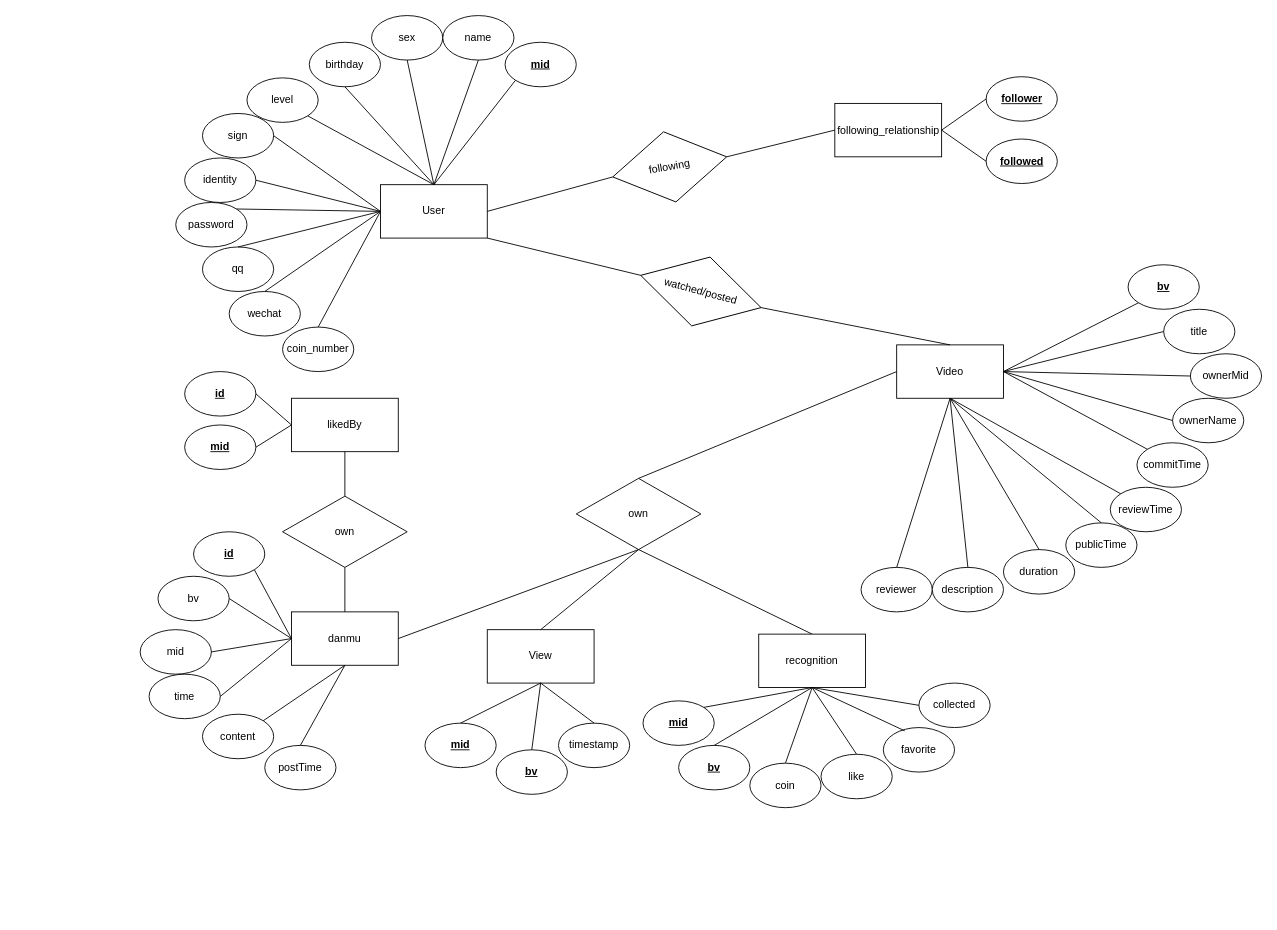
The draw.io diagram 未命名绘图.drawio in Delta0019/Database_project2, before the edit. Source tidied: cells renumbered, new cells numbered last; positions are measured from the earlier drawing's top-left corner, leaving out a move shared by most shapes. Both pictures are drawn from the tidied source at 89%, with x=0, y=0 at pixel (140, 15).
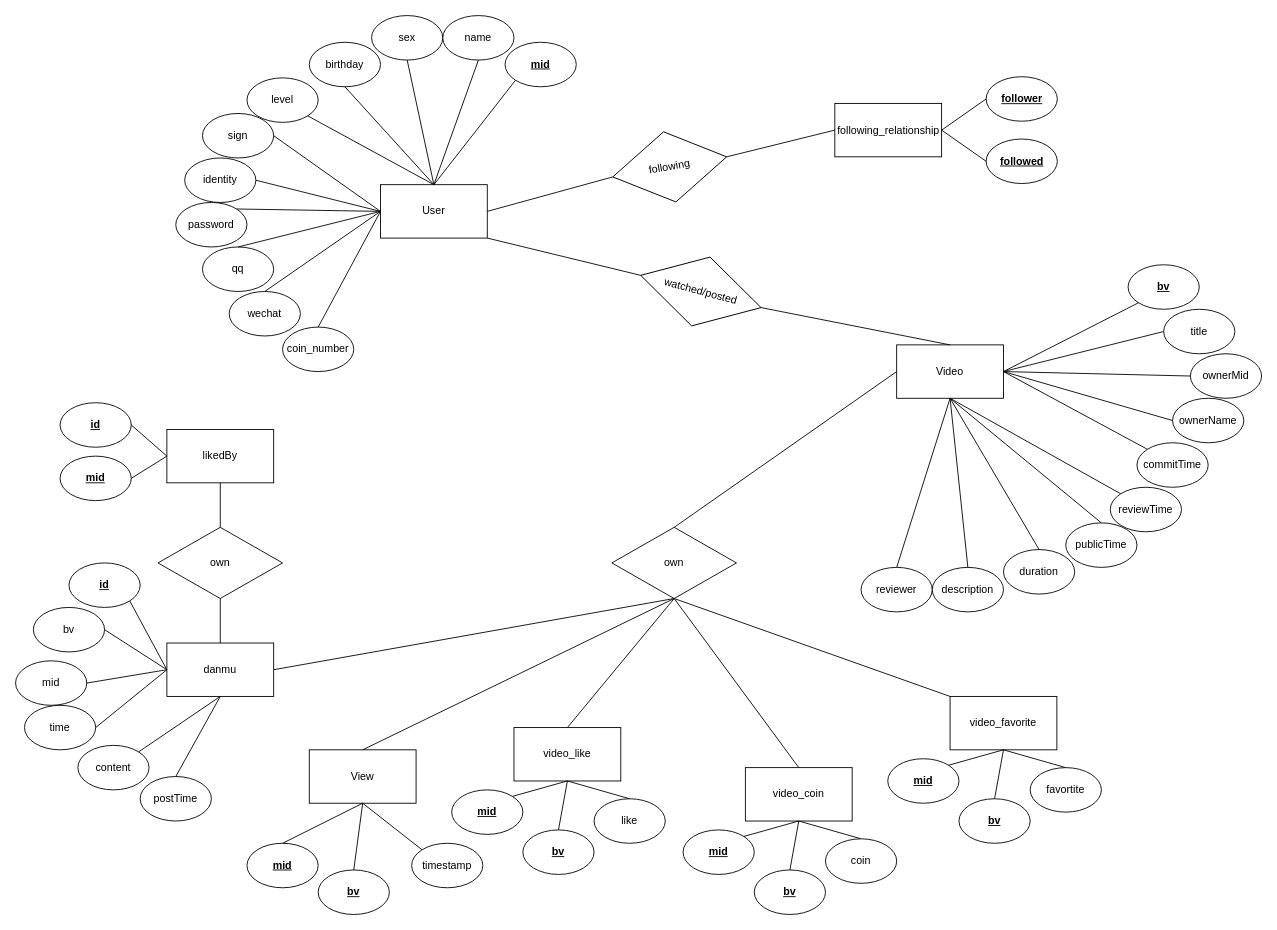
Above is the later version.

Commit message:
更新未命名绘图.drawio

What changed in the source:
```diff
@@
     <mxCell id="48" value="own" style="rhombus;whiteSpace=wrap;html=1;" parent="1" vertex="1">
-      <mxGeometry x="490" y="520" width="140" height="80" as="geometry" />
+      <mxGeometry x="530" y="575" width="140" height="80" as="geometry" />
     </mxCell>
@@
     <mxCell id="51" value="View" style="rounded=0;whiteSpace=wrap;html=1;" parent="1" vertex="1">
-      <mxGeometry x="390" y="690" width="120" height="60" as="geometry" />
+      <mxGeometry x="190" y="825" width="120" height="60" as="geometry" />
     </mxCell>
     <mxCell id="52" value="&lt;u&gt;&lt;b&gt;bv&lt;/b&gt;&lt;/u&gt;" style="ellipse;whiteSpace=wrap;html=1;" parent="1" vertex="1">
-      <mxGeometry x="400" y="825" width="80" height="50" as="geometry" />
+      <mxGeometry x="200" y="960" width="80" height="50" as="geometry" />
     </mxCell>
     <mxCell id="53" value="&lt;u&gt;&lt;b&gt;mid&lt;/b&gt;&lt;/u&gt;" style="ellipse;whiteSpace=wrap;html=1;" parent="1" vertex="1">
-      <mxGeometry x="320" y="795" width="80" height="50" as="geometry" />
+      <mxGeometry x="120" y="930" width="80" height="50" as="geometry" />
     </mxCell>
@@
     <mxCell id="57" value="timestamp" style="ellipse;whiteSpace=wrap;html=1;" parent="1" vertex="1">
-      <mxGeometry x="470" y="795" width="80" height="50" as="geometry" />
+      <mxGeometry x="305" y="930" width="80" height="50" as="geometry" />
     </mxCell>
-    <mxCell id="58" style="endArrow=none;html=1;rounded=0;entryX=0.5;entryY=0;entryDx=0;entryDy=0;exitX=0.5;exitY=1;exitDx=0;exitDy=0;" parent="1" edge="1" source="51" target="57">
+    <mxCell id="58" style="endArrow=none;html=1;rounded=0;entryX=0;entryY=0;entryDx=0;entryDy=0;exitX=0.5;exitY=1;exitDx=0;exitDy=0;" parent="1" edge="1" source="51" target="57">
       <mxGeometry relative="1" as="geometry" />
     </mxCell>
@@
     <mxCell id="67" value="danmu" style="rounded=0;whiteSpace=wrap;html=1;" parent="1" vertex="1">
-      <mxGeometry x="170" y="670" width="120" height="60" as="geometry" />
+      <mxGeometry x="30" y="705" width="120" height="60" as="geometry" />
     </mxCell>
     <mxCell id="68" value="mid" style="ellipse;whiteSpace=wrap;html=1;" parent="1" vertex="1">
-      <mxGeometry y="690" width="80" height="50" as="geometry" />
+      <mxGeometry x="-140" y="725" width="80" height="50" as="geometry" />
     </mxCell>
     <mxCell id="69" value="content" style="ellipse;whiteSpace=wrap;html=1;" parent="1" vertex="1">
-      <mxGeometry x="70" y="785" width="80" height="50" as="geometry" />
+      <mxGeometry x="-70" y="820" width="80" height="50" as="geometry" />
     </mxCell>
     <mxCell id="70" value="postTime" style="ellipse;whiteSpace=wrap;html=1;" parent="1" vertex="1">
-      <mxGeometry x="140" y="820" width="80" height="50" as="geometry" />
+      <mxGeometry y="855" width="80" height="50" as="geometry" />
     </mxCell>
     <mxCell id="71" value="bv" style="ellipse;whiteSpace=wrap;html=1;" parent="1" vertex="1">
-      <mxGeometry x="20" y="630" width="80" height="50" as="geometry" />
+      <mxGeometry x="-120" y="665" width="80" height="50" as="geometry" />
     </mxCell>
     <mxCell id="72" value="&lt;b&gt;&lt;u&gt;id&lt;/u&gt;&lt;/b&gt;" style="ellipse;whiteSpace=wrap;html=1;" parent="1" vertex="1">
-      <mxGeometry x="60" y="580" width="80" height="50" as="geometry" />
+      <mxGeometry x="-80" y="615" width="80" height="50" as="geometry" />
     </mxCell>
     <mxCell id="73" value="time" style="ellipse;whiteSpace=wrap;html=1;" parent="1" vertex="1">
-      <mxGeometry x="10" y="740" width="80" height="50" as="geometry" />
+      <mxGeometry x="-130" y="775" width="80" height="50" as="geometry" />
     </mxCell>
@@
     <mxCell id="81" value="likedBy" style="rounded=0;whiteSpace=wrap;html=1;" parent="1" vertex="1">
-      <mxGeometry x="170" y="430" width="120" height="60" as="geometry" />
+      <mxGeometry x="30" y="465" width="120" height="60" as="geometry" />
     </mxCell>
     <mxCell id="82" value="own" style="rhombus;whiteSpace=wrap;html=1;" parent="1" vertex="1">
-      <mxGeometry x="160" y="540" width="140" height="80" as="geometry" />
+      <mxGeometry x="20" y="575" width="140" height="80" as="geometry" />
     </mxCell>
@@
     <mxCell id="85" value="&lt;b&gt;&lt;u&gt;id&lt;/u&gt;&lt;/b&gt;" style="ellipse;whiteSpace=wrap;html=1;" parent="1" vertex="1">
-      <mxGeometry x="50" y="400" width="80" height="50" as="geometry" />
+      <mxGeometry x="-90" y="435" width="80" height="50" as="geometry" />
     </mxCell>
     <mxCell id="86" value="&lt;u&gt;&lt;b&gt;mid&lt;/b&gt;&lt;/u&gt;" style="ellipse;whiteSpace=wrap;html=1;" parent="1" vertex="1">
-      <mxGeometry x="50" y="460" width="80" height="50" as="geometry" />
+      <mxGeometry x="-90" y="495" width="80" height="50" as="geometry" />
     </mxCell>
@@
-    <mxCell id="90" value="recognition&lt;br&gt;" style="rounded=0;whiteSpace=wrap;html=1;" parent="1" vertex="1">
-      <mxGeometry x="695" y="695" width="120" height="60" as="geometry" />
+    <mxCell id="90" value="video_like" style="rounded=0;whiteSpace=wrap;html=1;" parent="1" vertex="1">
+      <mxGeometry x="420" y="800" width="120" height="60" as="geometry" />
     </mxCell>
     <mxCell id="91" value="&lt;u&gt;&lt;b&gt;bv&lt;/b&gt;&lt;/u&gt;" style="ellipse;whiteSpace=wrap;html=1;" parent="1" vertex="1">
-      <mxGeometry x="605" y="820" width="80" height="50" as="geometry" />
+      <mxGeometry x="430" y="915" width="80" height="50" as="geometry" />
     </mxCell>
     <mxCell id="92" value="&lt;u&gt;&lt;b&gt;mid&lt;/b&gt;&lt;/u&gt;" style="ellipse;whiteSpace=wrap;html=1;" parent="1" vertex="1">
-      <mxGeometry x="565" y="770" width="80" height="50" as="geometry" />
+      <mxGeometry x="350" y="870" width="80" height="50" as="geometry" />
     </mxCell>
@@
-    <mxCell id="96" value="coin" style="ellipse;whiteSpace=wrap;html=1;" parent="1" vertex="1">
-      <mxGeometry x="685" y="840" width="80" height="50" as="geometry" />
+    <mxCell id="96" value="like" style="ellipse;whiteSpace=wrap;html=1;" parent="1" vertex="1">
+      <mxGeometry x="510" y="880" width="80" height="50" as="geometry" />
     </mxCell>
-    <mxCell id="97" value="like" style="ellipse;whiteSpace=wrap;html=1;" parent="1" vertex="1">
-      <mxGeometry x="765" y="830" width="80" height="50" as="geometry" />
-    </mxCell>
-    <mxCell id="98" value="favorite" style="ellipse;whiteSpace=wrap;html=1;" parent="1" vertex="1">
-      <mxGeometry x="835" y="800" width="80" height="50" as="geometry" />
-    </mxCell>
-    <mxCell id="99" value="collected&lt;br&gt;" style="ellipse;whiteSpace=wrap;html=1;" parent="1" vertex="1">
-      <mxGeometry x="875" y="750" width="80" height="50" as="geometry" />
-    </mxCell>
-    <mxCell id="100" style="endArrow=none;html=1;rounded=0;exitX=0.5;exitY=1;exitDx=0;exitDy=0;entryX=0.5;entryY=0;entryDx=0;entryDy=0;" parent="1" edge="1" source="90" target="97">
-      <mxGeometry relative="1" as="geometry" />
-    </mxCell>
-    <mxCell id="101" style="endArrow=none;html=1;rounded=0;entryX=0.3;entryY=0.073;entryDx=0;entryDy=0;exitX=0.5;exitY=1;exitDx=0;exitDy=0;entryPerimeter=0;" parent="1" edge="1" source="90" target="98">
-      <mxGeometry relative="1" as="geometry" />
-    </mxCell>
-    <mxCell id="102" style="endArrow=none;html=1;rounded=0;entryX=0;entryY=0.5;entryDx=0;entryDy=0;exitX=0.5;exitY=1;exitDx=0;exitDy=0;" parent="1" edge="1" source="90" target="99">
-      <mxGeometry relative="1" as="geometry" />
-    </mxCell>
+    <mxCell id="103" value="video_coin" style="rounded=0;whiteSpace=wrap;html=1;" parent="1" vertex="1">
+      <mxGeometry x="680" y="845" width="120" height="60" as="geometry" />
+    </mxCell>
+    <mxCell id="104" value="&lt;u&gt;&lt;b&gt;bv&lt;/b&gt;&lt;/u&gt;" style="ellipse;whiteSpace=wrap;html=1;" parent="1" vertex="1">
+      <mxGeometry x="690" y="960" width="80" height="50" as="geometry" />
+    </mxCell>
+    <mxCell id="105" value="&lt;u&gt;&lt;b&gt;mid&lt;/b&gt;&lt;/u&gt;" style="ellipse;whiteSpace=wrap;html=1;" parent="1" vertex="1">
+      <mxGeometry x="610" y="915" width="80" height="50" as="geometry" />
+    </mxCell>
+    <mxCell id="106" style="endArrow=none;html=1;rounded=0;entryX=0.5;entryY=1;entryDx=0;entryDy=0;exitX=1;exitY=0;exitDx=0;exitDy=0;" parent="1" edge="1" source="105" target="103">
+      <mxGeometry relative="1" as="geometry" />
+    </mxCell>
+    <mxCell id="107" style="endArrow=none;html=1;rounded=0;entryX=0.5;entryY=0;entryDx=0;entryDy=0;exitX=0.5;exitY=1;exitDx=0;exitDy=0;" parent="1" edge="1" source="103" target="104">
+      <mxGeometry relative="1" as="geometry" />
+    </mxCell>
+    <mxCell id="108" style="endArrow=none;html=1;rounded=0;entryX=0.5;entryY=0;entryDx=0;entryDy=0;exitX=0.5;exitY=1;exitDx=0;exitDy=0;" parent="1" edge="1" source="103" target="109">
+      <mxGeometry relative="1" as="geometry" />
+    </mxCell>
+    <mxCell id="109" value="coin" style="ellipse;whiteSpace=wrap;html=1;" parent="1" vertex="1">
+      <mxGeometry x="770" y="925" width="80" height="50" as="geometry" />
+    </mxCell>
+    <mxCell id="110" style="endArrow=none;html=1;rounded=0;entryX=0.5;entryY=1;entryDx=0;entryDy=0;exitX=0.5;exitY=0;exitDx=0;exitDy=0;" parent="1" edge="1" source="103" target="48">
+      <mxGeometry relative="1" as="geometry" />
+    </mxCell>
+    <mxCell id="111" value="video_favorite" style="rounded=0;whiteSpace=wrap;html=1;" parent="1" vertex="1">
+      <mxGeometry x="910" y="765" width="120" height="60" as="geometry" />
+    </mxCell>
+    <mxCell id="112" value="&lt;u&gt;&lt;b&gt;bv&lt;/b&gt;&lt;/u&gt;" style="ellipse;whiteSpace=wrap;html=1;" parent="1" vertex="1">
+      <mxGeometry x="920" y="880" width="80" height="50" as="geometry" />
+    </mxCell>
+    <mxCell id="113" value="&lt;u&gt;&lt;b&gt;mid&lt;/b&gt;&lt;/u&gt;" style="ellipse;whiteSpace=wrap;html=1;" parent="1" vertex="1">
+      <mxGeometry x="840" y="835" width="80" height="50" as="geometry" />
+    </mxCell>
+    <mxCell id="114" style="endArrow=none;html=1;rounded=0;entryX=0.5;entryY=1;entryDx=0;entryDy=0;exitX=1;exitY=0;exitDx=0;exitDy=0;" parent="1" edge="1" source="113" target="111">
+      <mxGeometry relative="1" as="geometry" />
+    </mxCell>
+    <mxCell id="115" style="endArrow=none;html=1;rounded=0;entryX=0.5;entryY=0;entryDx=0;entryDy=0;exitX=0.5;exitY=1;exitDx=0;exitDy=0;" parent="1" edge="1" source="111" target="112">
+      <mxGeometry relative="1" as="geometry" />
+    </mxCell>
+    <mxCell id="116" style="endArrow=none;html=1;rounded=0;entryX=0.5;entryY=0;entryDx=0;entryDy=0;exitX=0.5;exitY=1;exitDx=0;exitDy=0;" parent="1" edge="1" source="111" target="117">
+      <mxGeometry relative="1" as="geometry" />
+    </mxCell>
+    <mxCell id="117" value="favortite" style="ellipse;whiteSpace=wrap;html=1;" parent="1" vertex="1">
+      <mxGeometry x="1000" y="845" width="80" height="50" as="geometry" />
+    </mxCell>
+    <mxCell id="118" style="endArrow=none;html=1;rounded=0;entryX=0.5;entryY=1;entryDx=0;entryDy=0;exitX=0;exitY=0;exitDx=0;exitDy=0;" parent="1" edge="1" source="111" target="48">
+      <mxGeometry relative="1" as="geometry" />
+    </mxCell>
```
